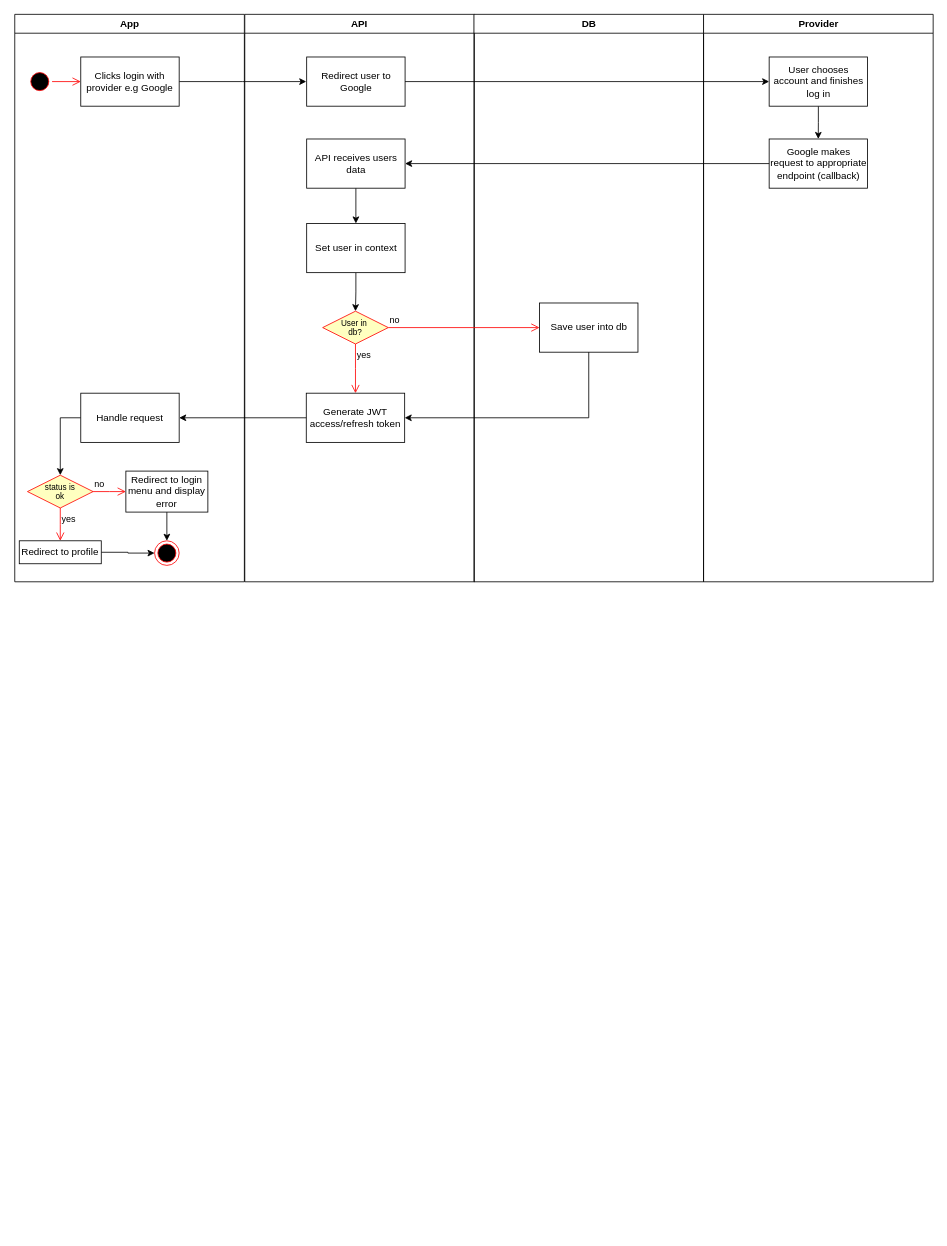
Above: LoginWithProviderWorkflowDiagram.drawio in lukaszfabia/GoLocal (draw.io), before the change. Source tidied: cells renumbered, new cells numbered last; positions are measured from the earlier drawing's top-left corner, leaving out a move shared by most shapes. Both pictures are drawn from the tidied source at 82%, with x=0, y=0 at pixel (14, 14).
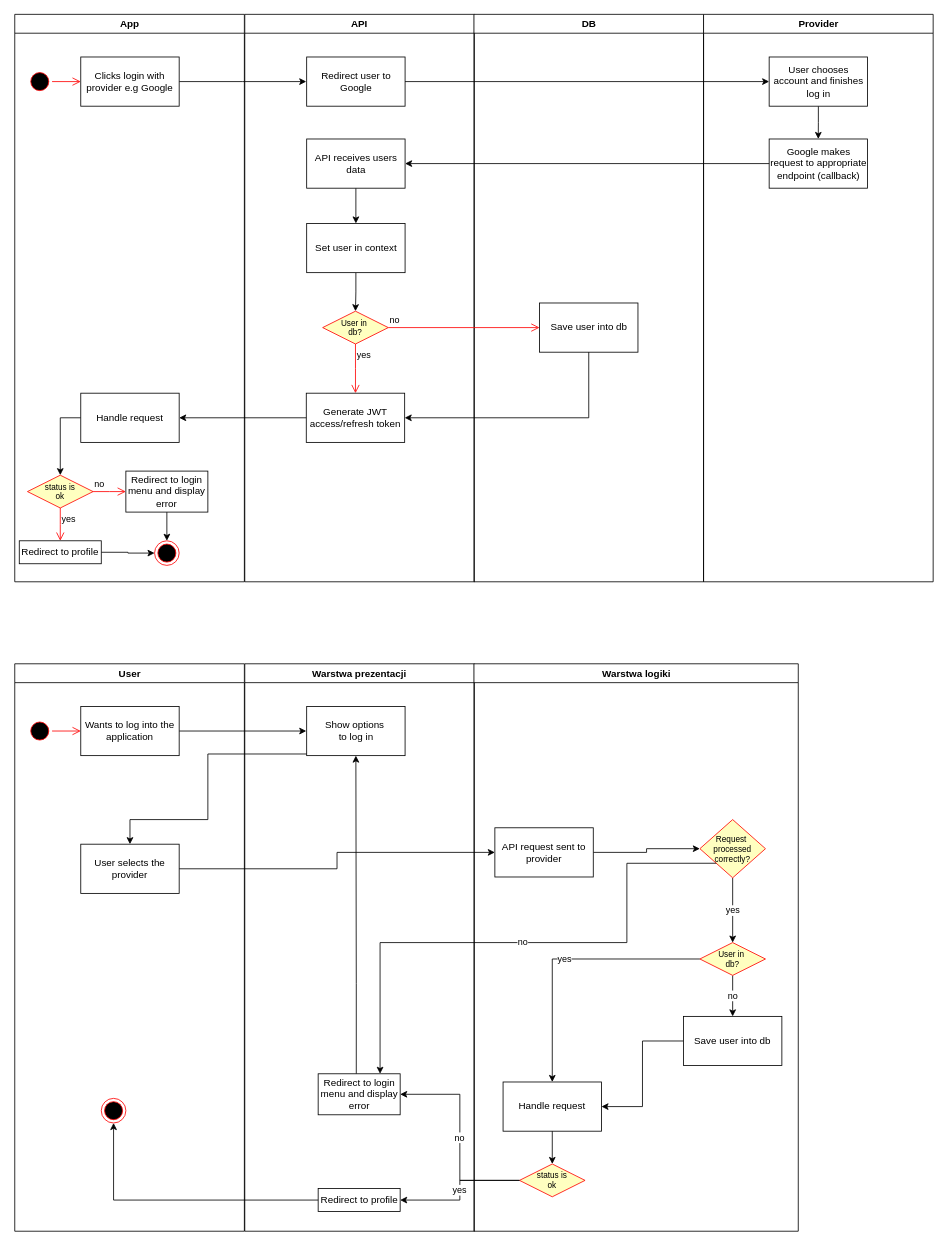
The same page after the edit.

What changed in the source:
```diff
@@
+    <mxCell id="37" value="User" style="swimlane;whiteSpace=wrap;startSize=23;" parent="1" vertex="1">
+      <mxGeometry x="0.5" y="792" width="280" height="692" as="geometry" />
+    </mxCell>
+    <mxCell id="38" style="edgeStyle=orthogonalEdgeStyle;rounded=0;jettySize=auto;html=1;exitX=1;exitY=0.5;exitDx=0;exitDy=0;" parent="37" edge="1" source="39">
+      <mxGeometry relative="1" as="geometry">
+        <mxPoint x="355.5" y="82" as="targetPoint" />
+      </mxGeometry>
+    </mxCell>
+    <mxCell id="39" value="Wants to log into the application" style="rounded=0;whiteSpace=wrap;html=1;" parent="37" vertex="1">
+      <mxGeometry x="80.5" y="52" width="120" height="60" as="geometry" />
+    </mxCell>
+    <mxCell id="40" style="ellipse;html=1;shape=endState;fillColor=#000000;strokeColor=#ff0000;" parent="37" vertex="1">
+      <mxGeometry x="105.5" y="530" width="30" height="30" as="geometry" />
+    </mxCell>
+    <mxCell id="41" style="ellipse;html=1;shape=startState;fillColor=#000000;strokeColor=#ff0000;align=center;verticalAlign=middle;fontFamily=Helvetica;fontSize=12;fontColor=default;" parent="37" vertex="1">
+      <mxGeometry x="15.5" y="67" width="30" height="30" as="geometry" />
+    </mxCell>
+    <mxCell id="42" style="edgeStyle=orthogonalEdgeStyle;html=1;verticalAlign=bottom;endArrow=open;endSize=8;strokeColor=#ff0000;rounded=0;fontFamily=Helvetica;fontSize=12;fontColor=default;entryX=0;entryY=0.5;entryDx=0;entryDy=0;" parent="37" edge="1" source="41" target="39">
+      <mxGeometry relative="1" as="geometry" />
+    </mxCell>
+    <mxCell id="43" value="User selects the provider" style="rounded=0;whiteSpace=wrap;html=1;" parent="37" vertex="1">
+      <mxGeometry x="80.5" y="220" width="120" height="60" as="geometry" />
+    </mxCell>
+    <mxCell id="44" value="Warstwa prezentacji" style="swimlane;whiteSpace=wrap;" parent="1" vertex="1">
+      <mxGeometry x="281" y="792" width="280" height="692" as="geometry" />
+    </mxCell>
+    <mxCell id="45" value="Show options&amp;nbsp;&lt;div&gt;to log in&lt;/div&gt;" style="rounded=0;whiteSpace=wrap;html=1;" parent="44" vertex="1">
+      <mxGeometry x="75.5" y="52" width="120" height="60" as="geometry" />
+    </mxCell>
+    <mxCell id="46" style="edgeStyle=orthogonalEdgeStyle;rounded=0;jettySize=auto;html=1;entryX=0.5;entryY=1;entryDx=0;entryDy=0;" parent="44" edge="1" source="47" target="45">
+      <mxGeometry relative="1" as="geometry">
+        <Array as="points">
+          <mxPoint x="136" y="390" />
+          <mxPoint x="136" y="390" />
+        </Array>
+      </mxGeometry>
+    </mxCell>
+    <mxCell id="47" value="Redirect to login menu and display error" style="rounded=0;whiteSpace=wrap;html=1;" parent="44" vertex="1">
+      <mxGeometry x="89.5" y="500" width="100" height="50" as="geometry" />
+    </mxCell>
+    <mxCell id="48" value="Redirect to profile" style="rounded=0;whiteSpace=wrap;html=1;" parent="44" vertex="1">
+      <mxGeometry x="89.5" y="640" width="100" height="28" as="geometry" />
+    </mxCell>
+    <mxCell id="49" value="Warstwa logiki" style="swimlane;whiteSpace=wrap;" parent="1" vertex="1">
+      <mxGeometry x="560.5" y="792" width="395.5" height="692" as="geometry" />
+    </mxCell>
+    <mxCell id="50" style="edgeStyle=orthogonalEdgeStyle;rounded=0;jettySize=auto;html=1;" parent="49" edge="1" source="51" target="53">
+      <mxGeometry relative="1" as="geometry" />
+    </mxCell>
+    <mxCell id="51" value="API request sent to provider" style="rounded=0;whiteSpace=wrap;html=1;" parent="49" vertex="1">
+      <mxGeometry x="25.5" y="200" width="120" height="60" as="geometry" />
+    </mxCell>
+    <mxCell id="52" value="yes" style="edgeStyle=orthogonalEdgeStyle;rounded=0;jettySize=auto;html=1;" parent="49" edge="1" source="53" target="55">
+      <mxGeometry relative="1" as="geometry" />
+    </mxCell>
+    <mxCell id="53" value="&lt;div style=&quot;font-size: 10px;&quot;&gt;Request&amp;nbsp;&lt;/div&gt;&lt;div style=&quot;font-size: 10px;&quot;&gt;processed correctly?&lt;/div&gt;" style="rhombus;whiteSpace=wrap;html=1;fontColor=#000000;fillColor=#ffffc0;strokeColor=#ff0000;fontSize=10;" parent="49" vertex="1">
+      <mxGeometry x="275.5" y="190" width="80" height="71" as="geometry" />
+    </mxCell>
+    <mxCell id="54" value="no" style="edgeStyle=orthogonalEdgeStyle;rounded=0;jettySize=auto;html=1;" parent="49" edge="1" source="55" target="57">
+      <mxGeometry relative="1" as="geometry" />
+    </mxCell>
+    <mxCell id="55" value="&lt;div style=&quot;font-size: 10px;&quot;&gt;User in&amp;nbsp;&lt;/div&gt;&lt;div style=&quot;font-size: 10px;&quot;&gt;db?&lt;/div&gt;" style="rhombus;whiteSpace=wrap;html=1;fontColor=#000000;fillColor=#ffffc0;strokeColor=#ff0000;fontSize=10;" parent="49" vertex="1">
+      <mxGeometry x="275.5" y="340" width="80" height="40" as="geometry" />
+    </mxCell>
+    <mxCell id="56" style="edgeStyle=orthogonalEdgeStyle;rounded=0;jettySize=auto;html=1;entryX=1;entryY=0.5;entryDx=0;entryDy=0;" parent="49" edge="1" source="57" target="59">
+      <mxGeometry relative="1" as="geometry" />
+    </mxCell>
+    <mxCell id="57" value="Save user into db" style="rounded=0;whiteSpace=wrap;html=1;" parent="49" vertex="1">
+      <mxGeometry x="255.5" y="430" width="120" height="60" as="geometry" />
+    </mxCell>
+    <mxCell id="58" value="yes" style="edgeStyle=orthogonalEdgeStyle;rounded=0;jettySize=auto;html=1;entryX=0.5;entryY=0;entryDx=0;entryDy=0;" parent="49" edge="1" source="55" target="59">
+      <mxGeometry relative="1" as="geometry" />
+    </mxCell>
+    <mxCell id="59" value="Handle request" style="rounded=0;whiteSpace=wrap;html=1;" parent="49" vertex="1">
+      <mxGeometry x="35.5" y="510" width="120" height="60" as="geometry" />
+    </mxCell>
+    <mxCell id="60" value="&lt;div style=&quot;font-size: 10px;&quot;&gt;status is&lt;/div&gt;&lt;div style=&quot;font-size: 10px;&quot;&gt;ok&lt;br style=&quot;font-size: 10px;&quot;&gt;&lt;/div&gt;" style="rhombus;whiteSpace=wrap;html=1;fontColor=#000000;fillColor=#ffffc0;strokeColor=#ff0000;fontSize=10;" parent="49" vertex="1">
+      <mxGeometry x="55.5" y="610" width="80" height="40" as="geometry" />
+    </mxCell>
+    <mxCell id="61" style="edgeStyle=orthogonalEdgeStyle;rounded=0;jettySize=auto;html=1;exitX=0.5;exitY=1;exitDx=0;exitDy=0;entryX=0.5;entryY=0;entryDx=0;entryDy=0;" parent="49" edge="1" source="59" target="60">
+      <mxGeometry relative="1" as="geometry" />
+    </mxCell>
+    <mxCell id="62" style="edgeStyle=orthogonalEdgeStyle;rounded=0;jettySize=auto;html=1;entryX=0;entryY=0.5;entryDx=0;entryDy=0;" parent="1" edge="1" source="43" target="51">
+      <mxGeometry relative="1" as="geometry" />
+    </mxCell>
+    <mxCell id="63" value="yes" style="edgeStyle=orthogonalEdgeStyle;rounded=0;jettySize=auto;html=1;entryX=1;entryY=0.5;entryDx=0;entryDy=0;" parent="1" edge="1" source="60" target="48">
+      <mxGeometry relative="1" as="geometry" />
+    </mxCell>
+    <mxCell id="64" value="no" style="edgeStyle=orthogonalEdgeStyle;rounded=0;jettySize=auto;html=1;entryX=1;entryY=0.5;entryDx=0;entryDy=0;" parent="1" edge="1" source="60" target="47">
+      <mxGeometry relative="1" as="geometry" />
+    </mxCell>
+    <mxCell id="65" style="edgeStyle=orthogonalEdgeStyle;rounded=0;jettySize=auto;html=1;entryX=0.5;entryY=1;entryDx=0;entryDy=0;" parent="1" edge="1" source="48" target="40">
+      <mxGeometry relative="1" as="geometry" />
+    </mxCell>
+    <mxCell id="66" value="no" style="edgeStyle=orthogonalEdgeStyle;rounded=0;jettySize=auto;html=1;exitX=0;exitY=1;exitDx=0;exitDy=0;" parent="1" edge="1" source="53">
+      <mxGeometry relative="1" as="geometry">
+        <mxPoint x="446" y="1292" as="targetPoint" />
+        <Array as="points">
+          <mxPoint x="747" y="1035" />
+          <mxPoint x="747" y="1132" />
+          <mxPoint x="446" y="1132" />
+          <mxPoint x="446" y="1292" />
+        </Array>
+      </mxGeometry>
+    </mxCell>
+    <mxCell id="67" style="edgeStyle=orthogonalEdgeStyle;rounded=0;jettySize=auto;html=1;entryX=0.5;entryY=0;entryDx=0;entryDy=0;" parent="1" edge="1" source="45" target="43">
+      <mxGeometry relative="1" as="geometry">
+        <Array as="points">
+          <mxPoint x="236" y="902" />
+          <mxPoint x="236" y="982" />
+          <mxPoint x="141" y="982" />
+        </Array>
+      </mxGeometry>
+    </mxCell>
```
